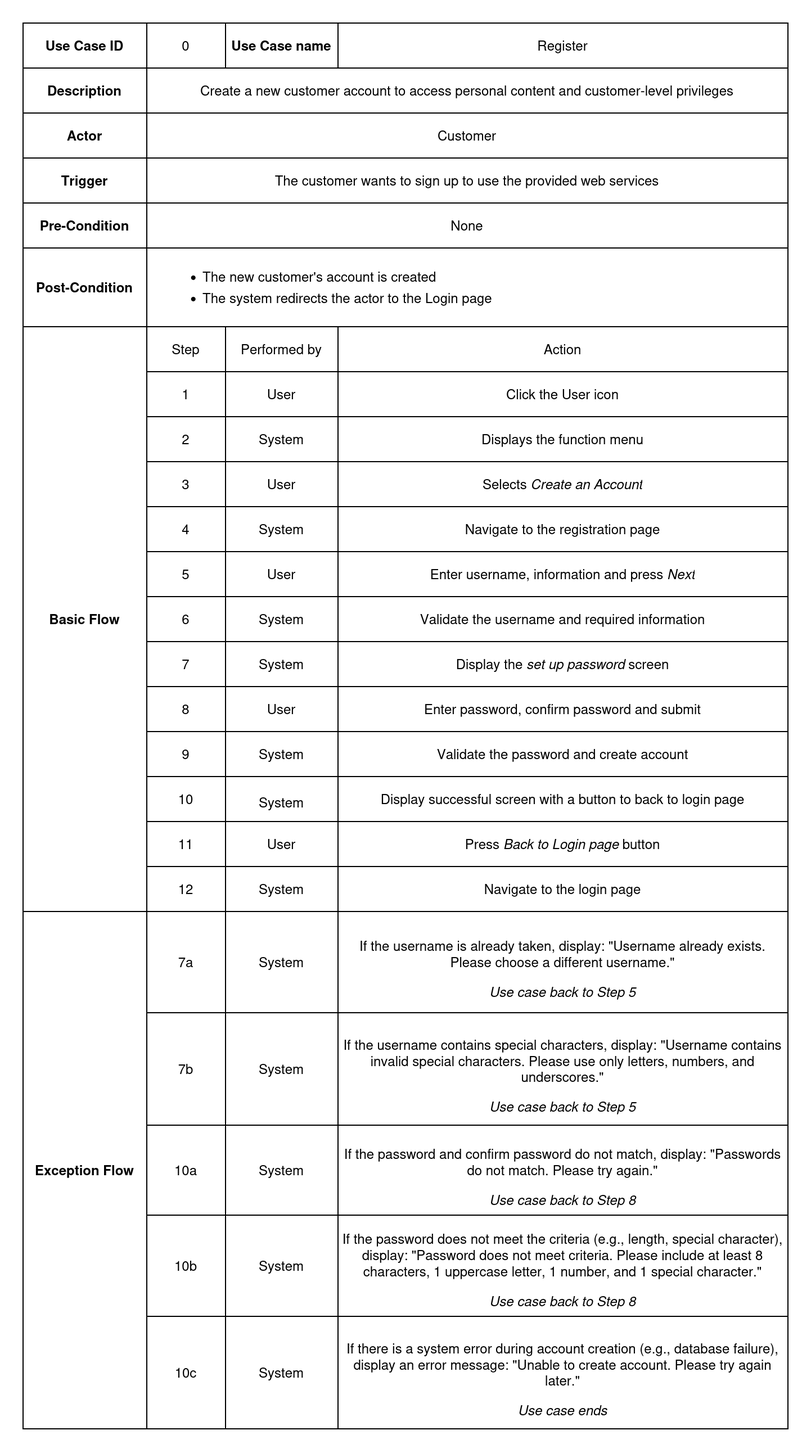
The draw.io diagram documentation/Images/usecase_metadata_card/uc_0_register.drawio.png in auphong2707/itse-laptopshop-management-web-application, before a commit. Source tidied: cells renumbered, new cells last; positions are measured from the earlier drawing's top-left corner, leaving out a move shared by most shapes.
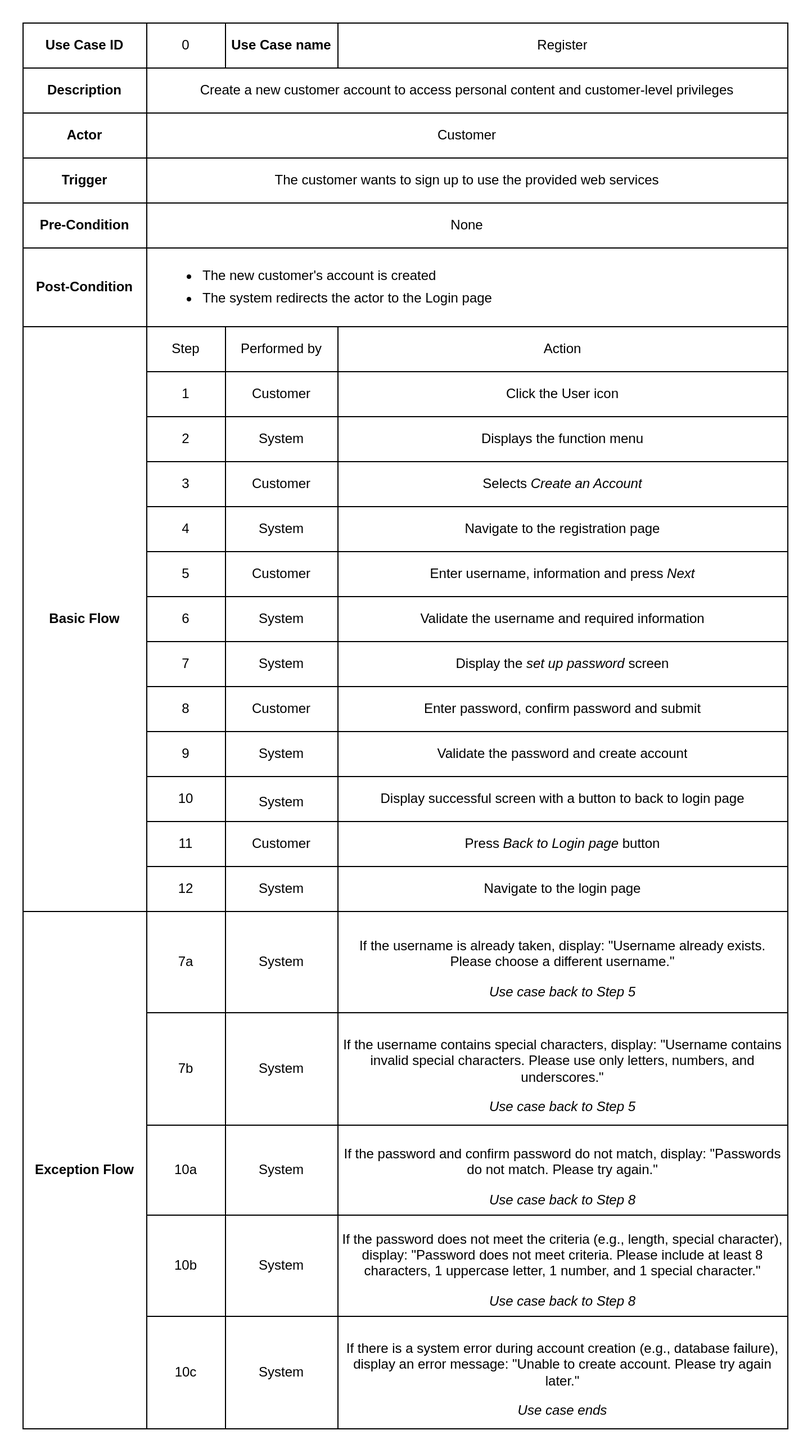
Later version of the same file.

The edit, as a diff of the source:
```diff
@@ -86,7 +86,7 @@
     <mxCell id="29" value="1" style="shape=partialRectangle;html=1;whiteSpace=wrap;strokeColor=inherit;overflow=hidden;fillColor=none;top=0;left=0;bottom=0;right=0;" parent="28" vertex="1">
       <mxGeometry x="110" width="70" height="40" as="geometry" />
     </mxCell>
-    <mxCell id="30" value="User" style="shape=partialRectangle;html=1;whiteSpace=wrap;strokeColor=inherit;overflow=hidden;fillColor=none;top=0;left=0;bottom=0;right=0;" parent="28" vertex="1">
+    <mxCell id="30" value="Customer" style="shape=partialRectangle;html=1;whiteSpace=wrap;strokeColor=inherit;overflow=hidden;fillColor=none;top=0;left=0;bottom=0;right=0;" parent="28" vertex="1">
       <mxGeometry x="180" width="100" height="40" as="geometry" />
     </mxCell>
     <mxCell id="31" value="Click the User icon" style="shape=partialRectangle;html=1;whiteSpace=wrap;strokeColor=inherit;overflow=hidden;fillColor=none;top=0;left=0;bottom=0;right=0;" parent="28" vertex="1">
@@ -110,7 +110,7 @@
     <mxCell id="37" value="3" style="shape=partialRectangle;html=1;whiteSpace=wrap;strokeColor=inherit;overflow=hidden;fillColor=none;top=0;left=0;bottom=0;right=0;" parent="36" vertex="1">
       <mxGeometry x="110" width="70" height="40" as="geometry" />
     </mxCell>
-    <mxCell id="38" value="User" style="shape=partialRectangle;html=1;whiteSpace=wrap;strokeColor=inherit;overflow=hidden;fillColor=none;top=0;left=0;bottom=0;right=0;" parent="36" vertex="1">
+    <mxCell id="38" value="Customer" style="shape=partialRectangle;html=1;whiteSpace=wrap;strokeColor=inherit;overflow=hidden;fillColor=none;top=0;left=0;bottom=0;right=0;" parent="36" vertex="1">
       <mxGeometry x="180" width="100" height="40" as="geometry" />
     </mxCell>
     <mxCell id="39" value="Selects&amp;nbsp;&lt;i&gt;Create an Account&lt;/i&gt;" style="shape=partialRectangle;html=1;whiteSpace=wrap;strokeColor=inherit;overflow=hidden;fillColor=none;top=0;left=0;bottom=0;right=0;" parent="36" vertex="1">
@@ -134,7 +134,7 @@
     <mxCell id="45" value="5" style="shape=partialRectangle;html=1;whiteSpace=wrap;strokeColor=inherit;overflow=hidden;fillColor=none;top=0;left=0;bottom=0;right=0;" parent="44" vertex="1">
       <mxGeometry x="110" width="70" height="40" as="geometry" />
     </mxCell>
-    <mxCell id="46" value="User" style="shape=partialRectangle;html=1;whiteSpace=wrap;strokeColor=inherit;overflow=hidden;fillColor=none;top=0;left=0;bottom=0;right=0;" parent="44" vertex="1">
+    <mxCell id="46" value="Customer" style="shape=partialRectangle;html=1;whiteSpace=wrap;strokeColor=inherit;overflow=hidden;fillColor=none;top=0;left=0;bottom=0;right=0;" parent="44" vertex="1">
       <mxGeometry x="180" width="100" height="40" as="geometry" />
     </mxCell>
     <mxCell id="47" value="Enter username, information and press&amp;nbsp;&lt;i&gt;Next&lt;/i&gt;" style="shape=partialRectangle;html=1;whiteSpace=wrap;strokeColor=inherit;overflow=hidden;fillColor=none;top=0;left=0;bottom=0;right=0;" parent="44" vertex="1">
@@ -170,7 +170,7 @@
     <mxCell id="57" value="8" style="shape=partialRectangle;html=1;whiteSpace=wrap;strokeColor=inherit;overflow=hidden;fillColor=none;top=0;left=0;bottom=0;right=0;" parent="56" vertex="1">
       <mxGeometry x="110" width="70" height="40" as="geometry" />
     </mxCell>
-    <mxCell id="58" value="User" style="shape=partialRectangle;html=1;whiteSpace=wrap;strokeColor=inherit;overflow=hidden;fillColor=none;top=0;left=0;bottom=0;right=0;" parent="56" vertex="1">
+    <mxCell id="58" value="Customer" style="shape=partialRectangle;html=1;whiteSpace=wrap;strokeColor=inherit;overflow=hidden;fillColor=none;top=0;left=0;bottom=0;right=0;" parent="56" vertex="1">
       <mxGeometry x="180" width="100" height="40" as="geometry" />
     </mxCell>
     <mxCell id="59" value="Enter password, confirm password and submit" style="shape=partialRectangle;html=1;whiteSpace=wrap;strokeColor=inherit;overflow=hidden;fillColor=none;top=0;left=0;bottom=0;right=0;" parent="56" vertex="1">
@@ -206,7 +206,7 @@
     <mxCell id="69" value="11" style="shape=partialRectangle;html=1;whiteSpace=wrap;strokeColor=inherit;overflow=hidden;fillColor=none;top=0;left=0;bottom=0;right=0;" parent="68" vertex="1">
       <mxGeometry x="110" width="70" height="40" as="geometry" />
     </mxCell>
-    <mxCell id="70" value="User" style="shape=partialRectangle;html=1;whiteSpace=wrap;strokeColor=inherit;overflow=hidden;fillColor=none;top=0;left=0;bottom=0;right=0;" parent="68" vertex="1">
+    <mxCell id="70" value="Customer" style="shape=partialRectangle;html=1;whiteSpace=wrap;strokeColor=inherit;overflow=hidden;fillColor=none;top=0;left=0;bottom=0;right=0;" parent="68" vertex="1">
       <mxGeometry x="180" width="100" height="40" as="geometry" />
     </mxCell>
     <mxCell id="71" value="Press&amp;nbsp;&lt;i&gt;Back to Login page&lt;/i&gt;&amp;nbsp;button" style="shape=partialRectangle;html=1;whiteSpace=wrap;strokeColor=inherit;overflow=hidden;fillColor=none;top=0;left=0;bottom=0;right=0;" parent="68" vertex="1">
```
